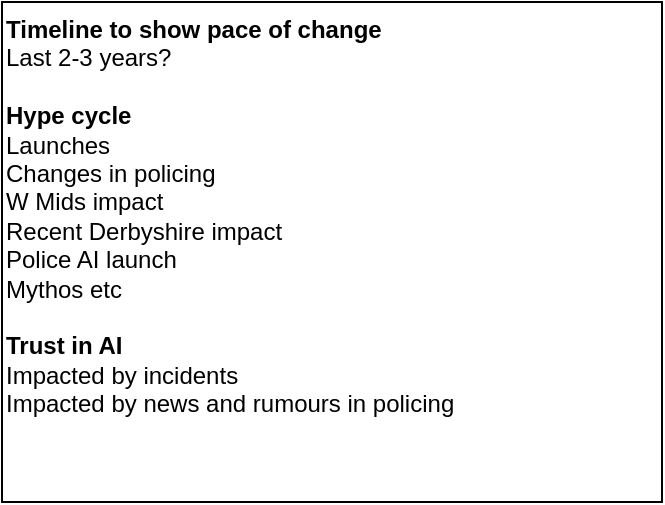
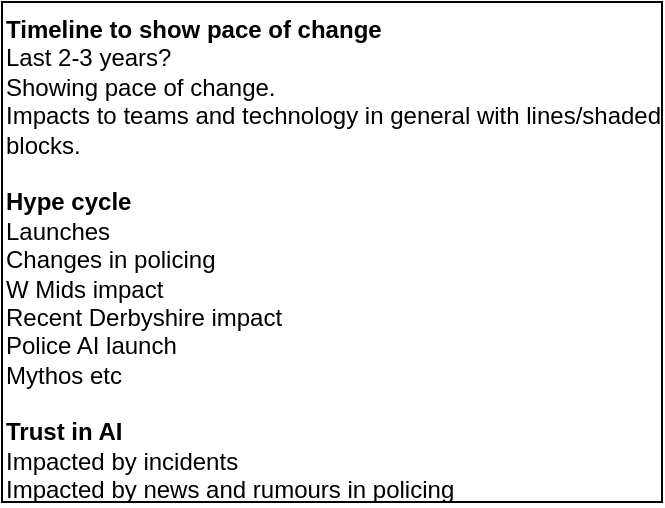
<mxfile host="app.diagrams.net">
  <diagram name="Page-1" id="QaZjMykUWIJ2i2vZNsLs">
    <mxGraphModel dx="1158" dy="773" grid="1" gridSize="10" guides="1" tooltips="1" connect="1" arrows="1" fold="1" page="1" pageScale="1" pageWidth="850" pageHeight="1100" math="0" shadow="0">
      <root>
        <mxCell id="0" />
        <mxCell id="1" parent="0" />
-         <mxCell id="wTARuj8TDDwo2VenQorh-1" parent="1" style="rounded=0;whiteSpace=wrap;html=1;align=left;verticalAlign=top;" value="&lt;div&gt;&lt;b&gt;Timeline to show pace of change&lt;/b&gt;&lt;/div&gt;&lt;div&gt;Last 2-3 years?&lt;/div&gt;&lt;b&gt;&lt;div&gt;&lt;b&gt;&lt;br&gt;&lt;/b&gt;&lt;/div&gt;Hype cycle&lt;/b&gt;&lt;div&gt;Launches&lt;/div&gt;&lt;div&gt;Changes in policing&lt;/div&gt;&lt;div&gt;W Mids impact&lt;/div&gt;&lt;div&gt;Recent Derbyshire impact&lt;/div&gt;&lt;div&gt;Police AI launch&lt;/div&gt;&lt;div&gt;Mythos etc&lt;/div&gt;&lt;div&gt;&lt;br&gt;&lt;/div&gt;&lt;div&gt;&lt;b&gt;Trust in AI&lt;/b&gt;&lt;/div&gt;&lt;div&gt;Impacted by incidents&lt;/div&gt;&lt;div&gt;Impacted by news and rumours in policing&lt;/div&gt;" vertex="1">
-           <mxGeometry height="250" width="330" x="160" y="190" as="geometry" />
+         <mxCell id="wTARuj8TDDwo2VenQorh-1" parent="1" style="rounded=0;whiteSpace=wrap;html=1;align=left;verticalAlign=top;" value="&lt;div&gt;&lt;b&gt;Timeline to show pace of change&lt;/b&gt;&lt;/div&gt;&lt;div&gt;Last 2-3 years?&lt;/div&gt;&lt;div style=&quot;&quot;&gt;Showing pace of change.&lt;/div&gt;&lt;div style=&quot;&quot;&gt;Impacts to teams and technology in general with lines/shaded blocks.&lt;/div&gt;&lt;div style=&quot;font-weight: bold;&quot;&gt;&lt;b&gt;&lt;br&gt;&lt;/b&gt;&lt;/div&gt;&lt;b&gt;Hype cycle&lt;/b&gt;&lt;div&gt;Launches&lt;/div&gt;&lt;div&gt;Changes in policing&lt;/div&gt;&lt;div&gt;W Mids impact&lt;/div&gt;&lt;div&gt;Recent Derbyshire impact&lt;/div&gt;&lt;div&gt;Police AI launch&lt;/div&gt;&lt;div&gt;Mythos etc&lt;/div&gt;&lt;div&gt;&lt;br&gt;&lt;/div&gt;&lt;div&gt;&lt;b&gt;Trust in AI&lt;/b&gt;&lt;/div&gt;&lt;div&gt;Impacted by incidents&lt;/div&gt;&lt;div&gt;Impacted by news and rumours in policing&lt;/div&gt;" vertex="1">
+           <mxGeometry height="250" width="330" x="40" y="40" as="geometry" />
        </mxCell>
      </root>
    </mxGraphModel>
  </diagram>
</mxfile>
